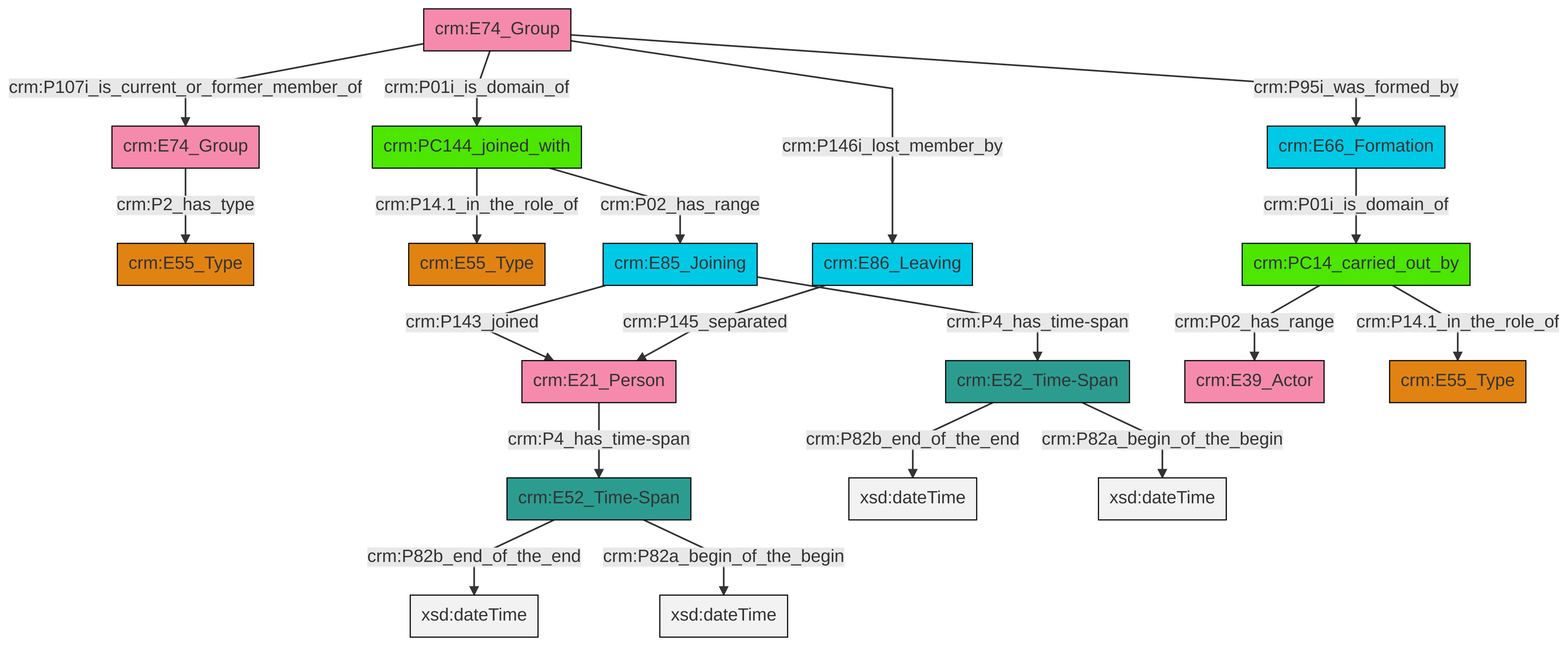
This is et/groupCSV/ttl/mmd/png/group_actor_relations.png from swiss-art-research-net/reference-data-models, a Mermaid export, as it was before one commit. Its source is kept beside it as et/groupCSV/ttl/mmd/group_actor_relations.ttl.mmd.
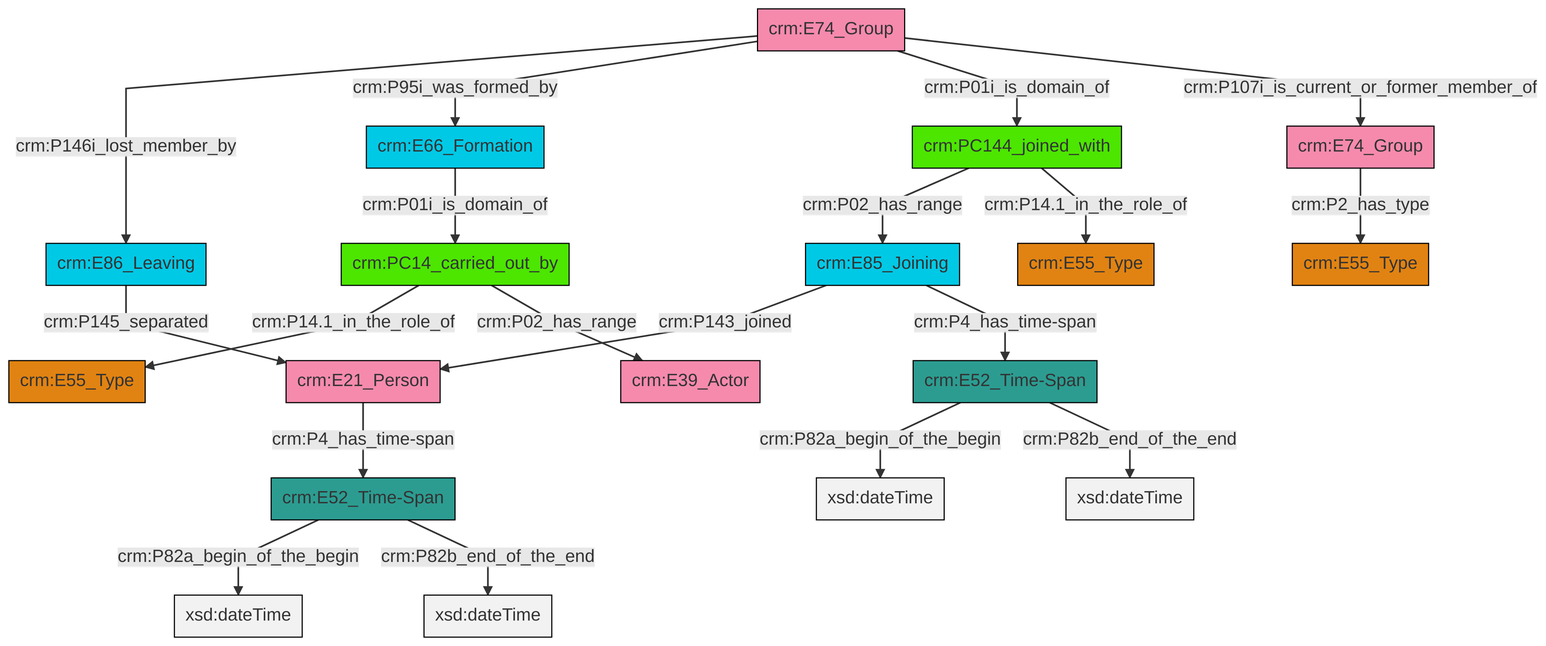
Later version of the same file.

Change to the diagram source:
```diff
@@ -13,21 +13,21 @@
 classDef PC_Classes fill:#4ce600, stroke:#000000;
 classDef Multi fill:#cccccc,stroke:#000000;
 
-5["crm:E74_Group"]:::Actor -->|crm:P2_has_type| 0["crm:E55_Type"]:::Type
-8["crm:E85_Joining"]:::Temporal_Entity -->|crm:P143_joined| 9["crm:E21_Person"]:::Actor
-8["crm:E85_Joining"]:::Temporal_Entity -->|crm:P4_has_time-span| 13["crm:E52_Time-Span"]:::Time-Span
-15["crm:PC14_carried_out_by"]:::PC_Classes -->|crm:P02_has_range| 16["crm:E39_Actor"]:::Actor
-17["crm:E74_Group"]:::Actor -->|crm:P107i_is_current_or_former_member_of| 5["crm:E74_Group"]:::Actor
-17["crm:E74_Group"]:::Actor -->|crm:P01i_is_domain_of| 21["crm:PC144_joined_with"]:::PC_Classes
-21["crm:PC144_joined_with"]:::PC_Classes -->|crm:P02_has_range| 8["crm:E85_Joining"]:::Temporal_Entity
-13["crm:E52_Time-Span"]:::Time-Span -->|crm:P82b_end_of_the_end| 24[xsd:dateTime]:::Literal
-11["crm:E52_Time-Span"]:::Time-Span -->|crm:P82b_end_of_the_end| 26[xsd:dateTime]:::Literal
-17["crm:E74_Group"]:::Actor -->|crm:P146i_lost_member_by| 19["crm:E86_Leaving"]:::Temporal_Entity
-15["crm:PC14_carried_out_by"]:::PC_Classes -->|crm:P14.1_in_the_role_of| 28["crm:E55_Type"]:::Type
-6["crm:E66_Formation"]:::Temporal_Entity -->|crm:P01i_is_domain_of| 15["crm:PC14_carried_out_by"]:::PC_Classes
-11["crm:E52_Time-Span"]:::Time-Span -->|crm:P82a_begin_of_the_begin| 30[xsd:dateTime]:::Literal
-17["crm:E74_Group"]:::Actor -->|crm:P95i_was_formed_by| 6["crm:E66_Formation"]:::Temporal_Entity
-9["crm:E21_Person"]:::Actor -->|crm:P4_has_time-span| 11["crm:E52_Time-Span"]:::Time-Span
-13["crm:E52_Time-Span"]:::Time-Span -->|crm:P82a_begin_of_the_begin| 32[xsd:dateTime]:::Literal
-19["crm:E86_Leaving"]:::Temporal_Entity -->|crm:P145_separated| 9["crm:E21_Person"]:::Actor
-21["crm:PC144_joined_with"]:::PC_Classes -->|crm:P14.1_in_the_role_of| 3["crm:E55_Type"]:::Type
+0["crm:E52_Time-Span"]:::Time-Span -->|crm:P82a_begin_of_the_begin| 1[xsd:dateTime]:::Literal
+2["crm:E52_Time-Span"]:::Time-Span -->|crm:P82a_begin_of_the_begin| 3[xsd:dateTime]:::Literal
+4["crm:E74_Group"]:::Actor -->|crm:P146i_lost_member_by| 5["crm:E86_Leaving"]:::Temporal_Entity
+8["crm:E85_Joining"]:::Temporal_Entity -->|crm:P143_joined| 15["crm:E21_Person"]:::Actor
+2["crm:E52_Time-Span"]:::Time-Span -->|crm:P82b_end_of_the_end| 16[xsd:dateTime]:::Literal
+6["crm:E74_Group"]:::Actor -->|crm:P2_has_type| 11["crm:E55_Type"]:::Type
+4["crm:E74_Group"]:::Actor -->|crm:P95i_was_formed_by| 20["crm:E66_Formation"]:::Temporal_Entity
+22["crm:PC144_joined_with"]:::PC_Classes -->|crm:P02_has_range| 8["crm:E85_Joining"]:::Temporal_Entity
+4["crm:E74_Group"]:::Actor -->|crm:P01i_is_domain_of| 22["crm:PC144_joined_with"]:::PC_Classes
+5["crm:E86_Leaving"]:::Temporal_Entity -->|crm:P145_separated| 15["crm:E21_Person"]:::Actor
+22["crm:PC144_joined_with"]:::PC_Classes -->|crm:P14.1_in_the_role_of| 18["crm:E55_Type"]:::Type
+24["crm:PC14_carried_out_by"]:::PC_Classes -->|crm:P14.1_in_the_role_of| 13["crm:E55_Type"]:::Type
+15["crm:E21_Person"]:::Actor -->|crm:P4_has_time-span| 0["crm:E52_Time-Span"]:::Time-Span
+4["crm:E74_Group"]:::Actor -->|crm:P107i_is_current_or_former_member_of| 6["crm:E74_Group"]:::Actor
+20["crm:E66_Formation"]:::Temporal_Entity -->|crm:P01i_is_domain_of| 24["crm:PC14_carried_out_by"]:::PC_Classes
+0["crm:E52_Time-Span"]:::Time-Span -->|crm:P82b_end_of_the_end| 31[xsd:dateTime]:::Literal
+24["crm:PC14_carried_out_by"]:::PC_Classes -->|crm:P02_has_range| 27["crm:E39_Actor"]:::Actor
+8["crm:E85_Joining"]:::Temporal_Entity -->|crm:P4_has_time-span| 2["crm:E52_Time-Span"]:::Time-Span
```
